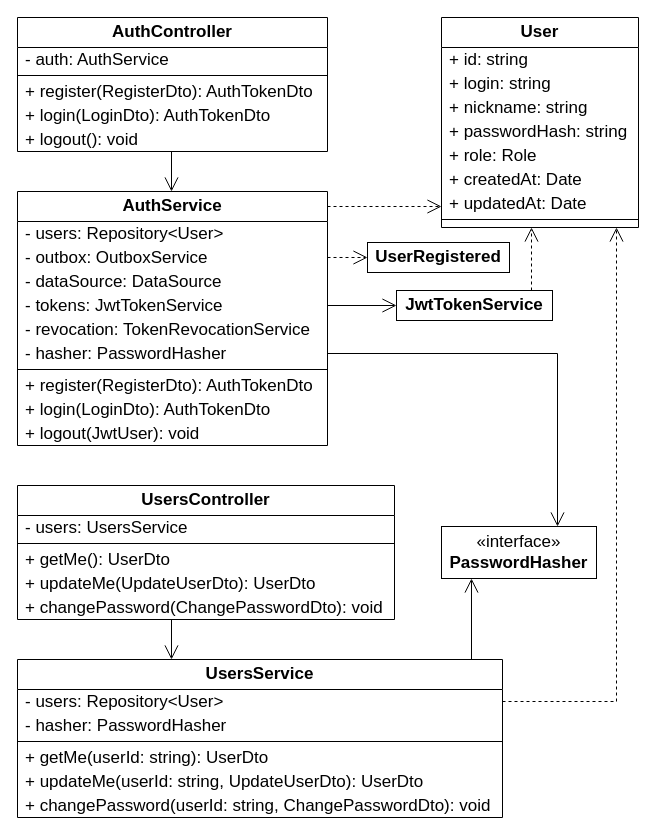
Before: page "Классы: users-service" (5 of 10) of docs/diagrams/Проектирование.drawio in Shaherezada/tamagotchi, a draw.io diagram. Source tidied: cells renumbered, new cells numbered last; positions are measured from the earlier drawing's top-left corner, leaving out a move shared by most shapes. Both pictures are drawn from the tidied source at 100%, with x=0, y=0 at pixel (17, 17).
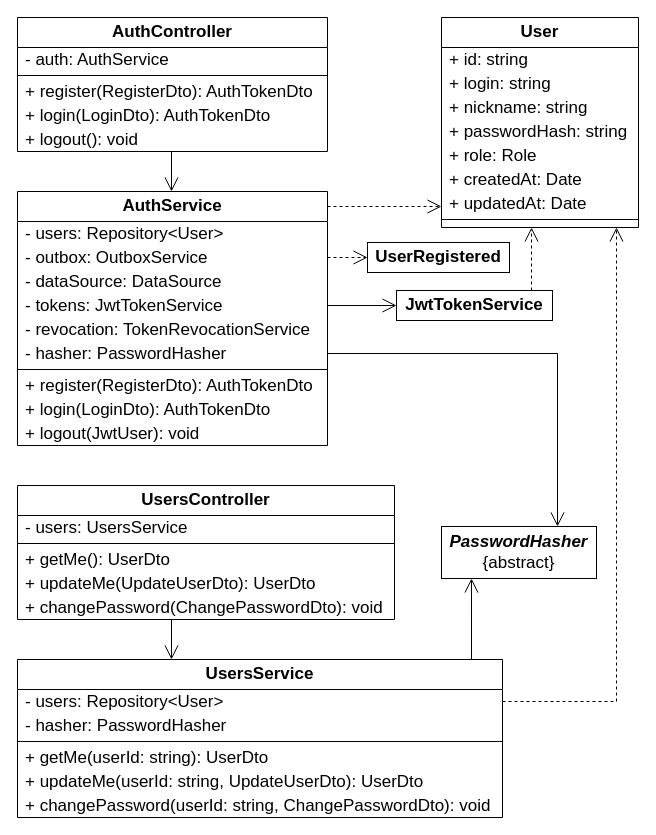
The same page after the edit.

Commit message (it also covers changes not shown here):
изменённые диаграммы

Change to the diagram source:
```diff
@@
-    <mxCell id="50" value="&amp;laquo;interface&amp;raquo;&lt;br&gt;&lt;b&gt;PasswordHasher&lt;/b&gt;" style="rounded=0;whiteSpace=wrap;html=1;fillColor=#FFFFFF;fontStyle=0;strokeColor=#000000;fontColor=#000000;fontFamily=Arial;fontSize=17;" parent="1" vertex="1">
+    <mxCell id="50" value="&lt;b&gt;&lt;i&gt;PasswordHasher&lt;/i&gt;&lt;/b&gt;&lt;br&gt;{abstract}" style="rounded=0;whiteSpace=wrap;html=1;fillColor=#FFFFFF;fontStyle=0;strokeColor=#000000;fontColor=#000000;fontFamily=Arial;fontSize=17;" parent="1" vertex="1">
       <mxGeometry x="424" y="509" width="155" height="52" as="geometry" />
     </mxCell>
```
